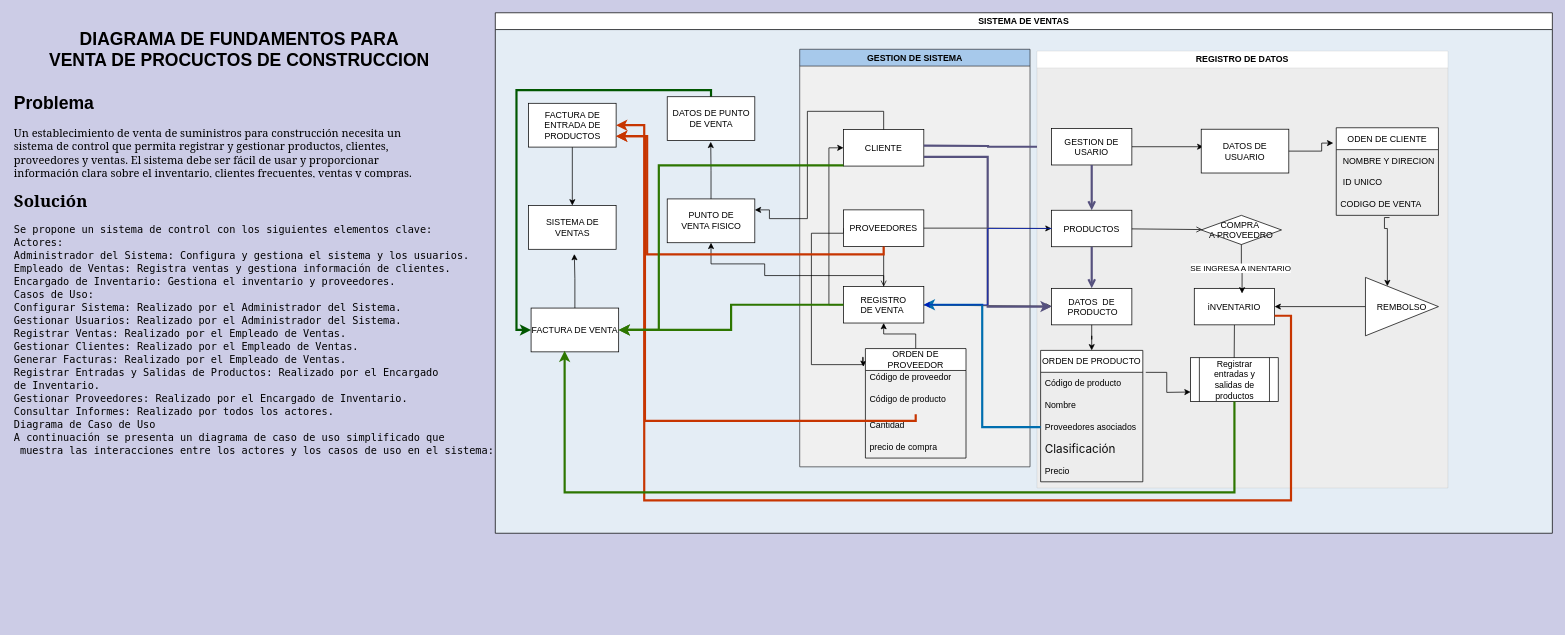
luisfer2405/CV_ramdoms keeps this draw.io diagram as Diagrama sin título.drawio. Above is the earlier version. Source tidied: cells renumbered, new cells numbered last; positions are measured from the earlier drawing's top-left corner, leaving out a move shared by most shapes. Both pictures are drawn from the tidied source at 73%, with x=0, y=0 at pixel (12, 12).
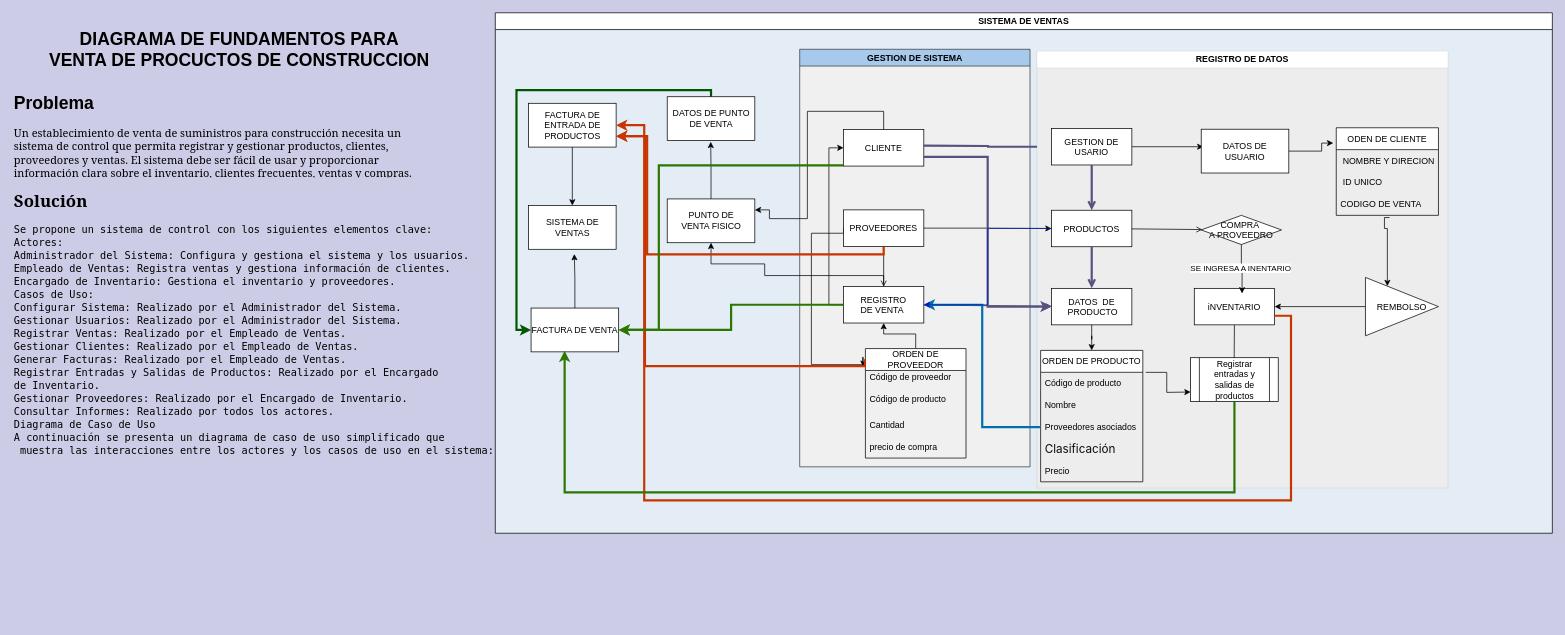
The same page after the edit.

The change refers to these unchanged cells:
```xml
<mxCell id="2" value="SISTEMA DE VENTAS" style="swimlane;whiteSpace=wrap;html=1;swimlaneFillColor=#E4EDF5;" parent="1" vertex="1">
  <mxGeometry x="661" width="1448" height="713" as="geometry" />
</mxCell>
<mxCell id="7" value="FACTURA DE ENTRADA DE PRODUCTOS" style="whiteSpace=wrap;html=1;" parent="2" vertex="1">
  <mxGeometry x="45.5" y="124" width="120" height="60" as="geometry" />
</mxCell>
<mxCell id="17" value="ORDEN DE PROVEEDOR" style="swimlane;fontStyle=0;horizontal=1;startSize=30;whiteSpace=wrap;html=1;" parent="8" vertex="1">
  <mxGeometry x="90" y="410" width="137.8" height="150" as="geometry" />
</mxCell>
<mxCell id="19" value="&lt;div&gt;Código de producto&lt;/div&gt;&lt;div&gt;&lt;br&gt;&lt;/div&gt;" style="text;strokeColor=none;fillColor=none;align=left;verticalAlign=middle;spacingLeft=4;spacingRight=4;overflow=hidden;points=[[0,0.5],[1,0.5]];portConstraint=eastwest;whiteSpace=wrap;html=1;" parent="17" vertex="1">
  <mxGeometry y="60" width="137.8" height="30" as="geometry" />
</mxCell>
```

Diff of the diagram source:
```diff
@@
-    <mxCell id="62" style="edgeStyle=orthogonalEdgeStyle;rounded=0;jettySize=auto;html=1;entryX=1;entryY=0.75;entryDx=0;entryDy=0;fillColor=#fa6800;strokeColor=#C73500;strokeWidth=3;" parent="2" edge="1" source="19" target="7">
+    <mxCell id="62" style="edgeStyle=orthogonalEdgeStyle;rounded=0;jettySize=auto;html=1;entryX=1;entryY=0.75;entryDx=0;entryDy=0;fillColor=#fa6800;strokeColor=#C73500;strokeWidth=3;exitX=-0.005;exitY=0.098;exitDx=0;exitDy=0;exitPerimeter=0;" parent="2" edge="1" source="17" target="7">
       <mxGeometry relative="1" as="geometry">
         <Array as="points">
-          <mxPoint x="205" y="559" />
+          <mxPoint x="506" y="484" />
+          <mxPoint x="205" y="484" />
           <mxPoint x="205" y="169" />
         </Array>
       </mxGeometry>
     </mxCell>
```
